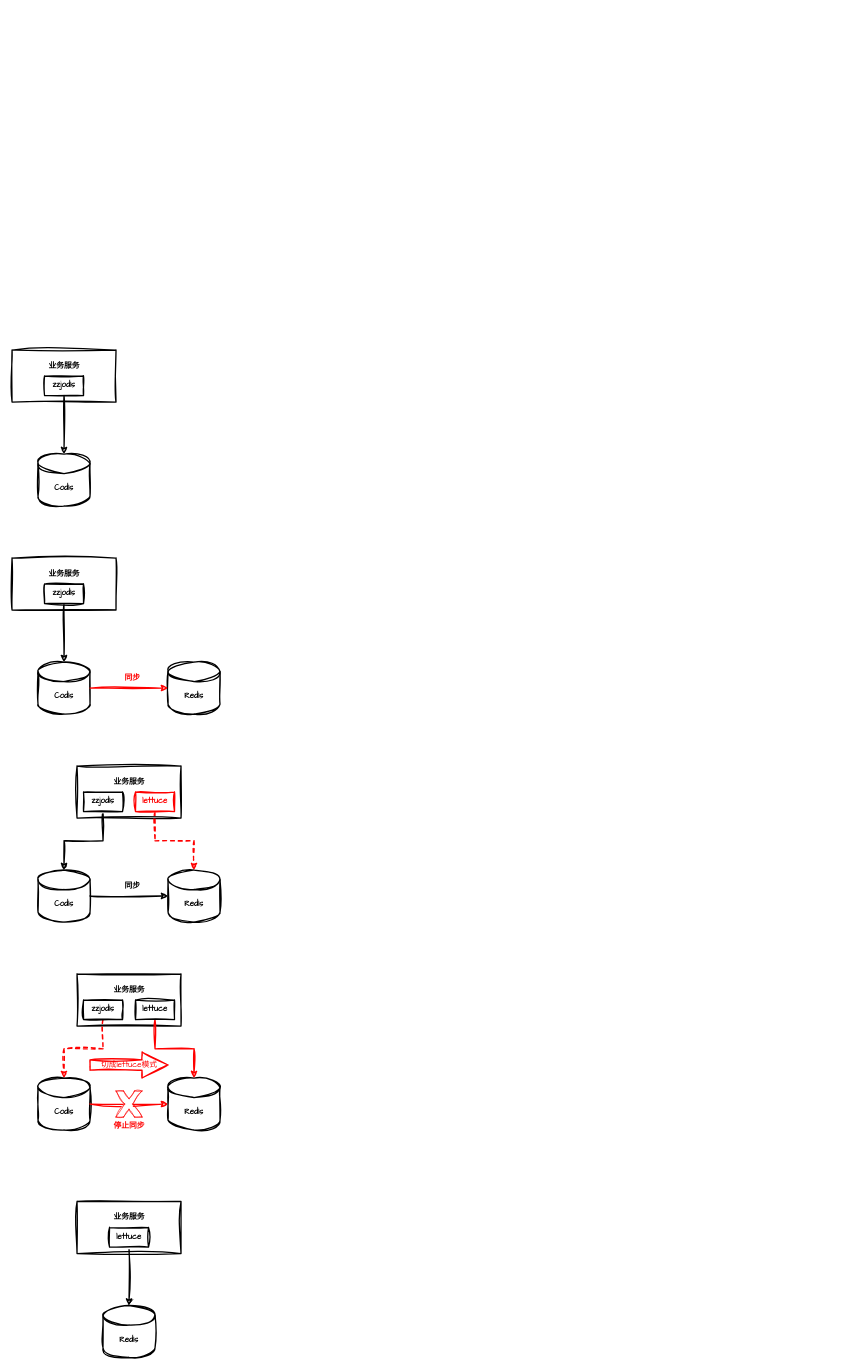
zhuanzhuan-tech/arch-draw-io keeps this draw.io diagram as tech/common/Codis.drawio. Above is the earlier version. Source tidied: cells renumbered, new cells numbered last; positions are measured from the earlier drawing's top-left corner, leaving out a move shared by most shapes. Both pictures are drawn from the tidied source at 65%, with x=0, y=0 at pixel (12, 350).
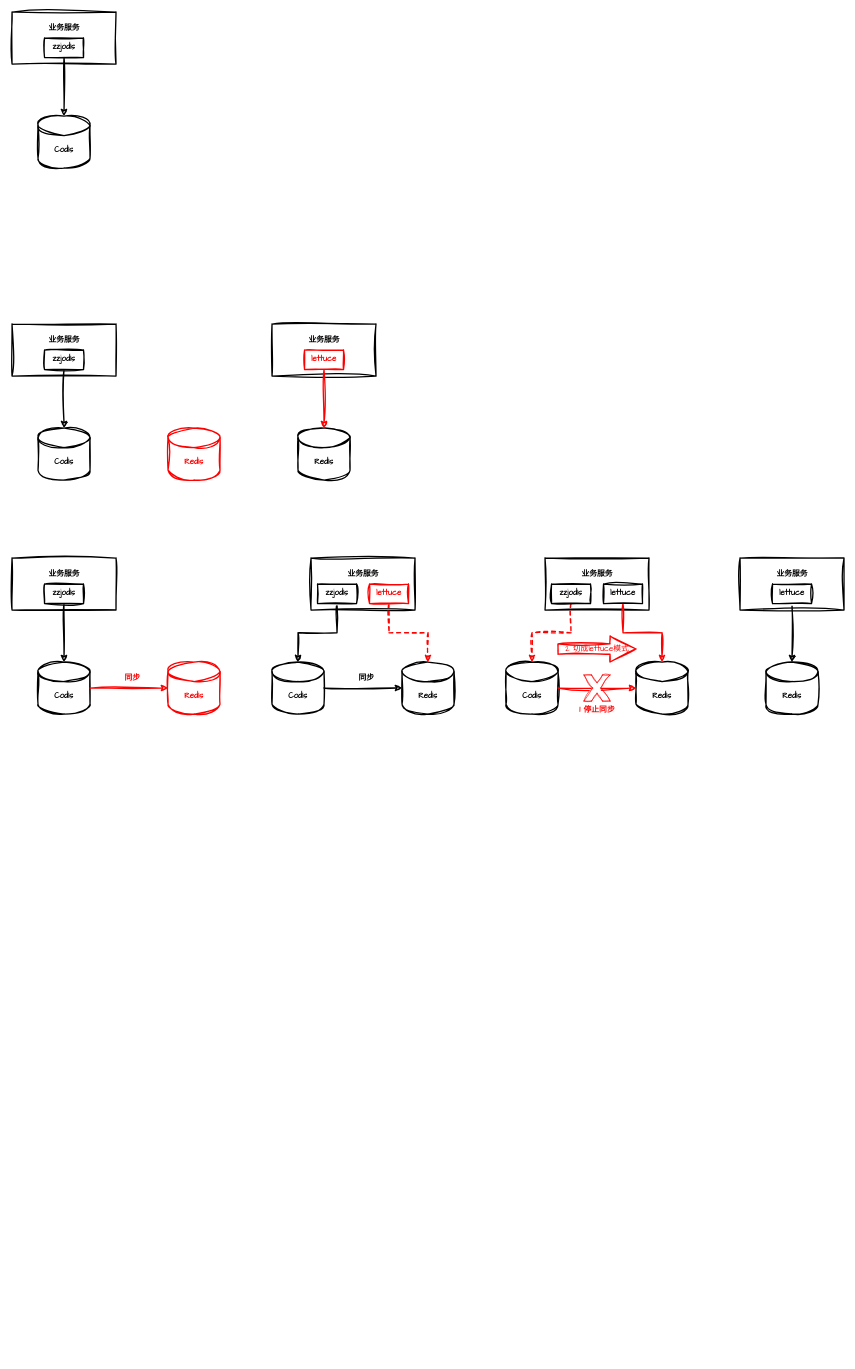
The same diagram, later.

Diff of the diagram source:
```diff
@@
     <mxCell id="2" style="rounded=0;whiteSpace=wrap;html=1;sketch=1;hachureGap=4;jiggle=2;curveFitting=1;fontFamily=Architects Daughter;strokeWidth=2;" parent="1" vertex="1">
-      <mxGeometry width="160" height="80" as="geometry" />
+      <mxGeometry y="-520" width="160" height="80" as="geometry" />
     </mxCell>
@@
     <mxCell id="4" value="&lt;b&gt;zzjodis&lt;/b&gt;" style="rounded=0;whiteSpace=wrap;html=1;sketch=1;hachureGap=4;jiggle=2;curveFitting=1;fontFamily=Architects Daughter;strokeWidth=2;" parent="1" vertex="1">
-      <mxGeometry x="50" y="40" width="60" height="30" as="geometry" />
+      <mxGeometry x="50" y="-480" width="60" height="30" as="geometry" />
     </mxCell>
     <mxCell id="5" value="&lt;b&gt;Codis&lt;/b&gt;" style="shape=cylinder3;whiteSpace=wrap;html=1;boundedLbl=1;backgroundOutline=1;size=15;sketch=1;hachureGap=4;jiggle=2;curveFitting=1;fontFamily=Architects Daughter;strokeWidth=2;" parent="1" vertex="1">
-      <mxGeometry x="40" y="160" width="80" height="80" as="geometry" />
+      <mxGeometry x="40" y="-360" width="80" height="80" as="geometry" />
     </mxCell>
     <mxCell id="6" value="&lt;b&gt;业务服务&lt;/b&gt;" style="text;html=1;align=center;verticalAlign=middle;strokeColor=none;fillColor=none;fontFamily=Architects Daughter;" parent="1" vertex="1">
-      <mxGeometry x="45" y="10" width="70" height="30" as="geometry" />
+      <mxGeometry x="45" y="-510" width="70" height="30" as="geometry" />
     </mxCell>
@@
-    <mxCell id="12" value="&lt;b&gt;Redis&lt;/b&gt;" style="shape=cylinder3;whiteSpace=wrap;html=1;boundedLbl=1;backgroundOutline=1;size=15;sketch=1;hachureGap=4;jiggle=2;curveFitting=1;fontFamily=Architects Daughter;strokeWidth=2;" parent="1" vertex="1">
+    <mxCell id="12" value="&lt;b&gt;&lt;font color=&quot;#ff0000&quot;&gt;Redis&lt;/font&gt;&lt;/b&gt;" style="shape=cylinder3;whiteSpace=wrap;html=1;boundedLbl=1;backgroundOutline=1;size=15;sketch=1;hachureGap=4;jiggle=2;curveFitting=1;fontFamily=Architects Daughter;strokeWidth=2;strokeColor=#FF0000;" parent="1" vertex="1">
       <mxGeometry x="240" y="480" width="80" height="80" as="geometry" />
     </mxCell>
@@
     <mxCell id="15" style="rounded=0;whiteSpace=wrap;html=1;sketch=1;hachureGap=4;jiggle=2;curveFitting=1;fontFamily=Architects Daughter;strokeWidth=2;" parent="1" vertex="1">
-      <mxGeometry x="100" y="640" width="160" height="80" as="geometry" />
+      <mxGeometry x="460" y="320" width="160" height="80" as="geometry" />
     </mxCell>
@@
     <mxCell id="17" value="&lt;b&gt;zzjodis&lt;/b&gt;" style="rounded=0;whiteSpace=wrap;html=1;sketch=1;hachureGap=4;jiggle=2;curveFitting=1;fontFamily=Architects Daughter;strokeWidth=2;" parent="1" vertex="1">
-      <mxGeometry x="110" y="680" width="60" height="30" as="geometry" />
+      <mxGeometry x="470" y="360" width="60" height="30" as="geometry" />
     </mxCell>
     <mxCell id="18" value="&lt;b&gt;Codis&lt;/b&gt;" style="shape=cylinder3;whiteSpace=wrap;html=1;boundedLbl=1;backgroundOutline=1;size=15;sketch=1;hachureGap=4;jiggle=2;curveFitting=1;fontFamily=Architects Daughter;strokeWidth=2;" parent="1" vertex="1">
-      <mxGeometry x="40" y="800" width="80" height="80" as="geometry" />
+      <mxGeometry x="400" y="480" width="80" height="80" as="geometry" />
     </mxCell>
     <mxCell id="19" value="&lt;b&gt;业务服务&lt;/b&gt;" style="text;html=1;align=center;verticalAlign=middle;strokeColor=none;fillColor=none;fontFamily=Architects Daughter;" parent="1" vertex="1">
-      <mxGeometry x="145" y="650" width="70" height="30" as="geometry" />
+      <mxGeometry x="505" y="330" width="70" height="30" as="geometry" />
     </mxCell>
     <mxCell id="20" value="&lt;b&gt;Redis&lt;/b&gt;" style="shape=cylinder3;whiteSpace=wrap;html=1;boundedLbl=1;backgroundOutline=1;size=15;sketch=1;hachureGap=4;jiggle=2;curveFitting=1;fontFamily=Architects Daughter;strokeWidth=2;" parent="1" vertex="1">
-      <mxGeometry x="240" y="800" width="80" height="80" as="geometry" />
+      <mxGeometry x="600" y="480" width="80" height="80" as="geometry" />
     </mxCell>
@@
     <mxCell id="22" value="&lt;b&gt;同步&lt;/b&gt;" style="text;html=1;align=center;verticalAlign=middle;strokeColor=none;fillColor=none;fontFamily=Architects Daughter;" parent="1" vertex="1">
-      <mxGeometry x="160" y="810" width="50" height="30" as="geometry" />
+      <mxGeometry x="520" y="490" width="50" height="30" as="geometry" />
     </mxCell>
@@
     <mxCell id="24" value="&lt;b&gt;&lt;font color=&quot;#ff0000&quot;&gt;lettuce&lt;/font&gt;&lt;/b&gt;" style="rounded=0;whiteSpace=wrap;html=1;sketch=1;hachureGap=4;jiggle=2;curveFitting=1;fontFamily=Architects Daughter;strokeWidth=2;strokeColor=#FF0000;" parent="1" vertex="1">
-      <mxGeometry x="190" y="680" width="60" height="30" as="geometry" />
+      <mxGeometry x="550" y="360" width="60" height="30" as="geometry" />
     </mxCell>
     <mxCell id="25" style="rounded=0;whiteSpace=wrap;html=1;sketch=1;hachureGap=4;jiggle=2;curveFitting=1;fontFamily=Architects Daughter;strokeWidth=2;" parent="1" vertex="1">
-      <mxGeometry x="100" y="960" width="160" height="80" as="geometry" />
+      <mxGeometry x="820" y="320" width="160" height="80" as="geometry" />
     </mxCell>
@@
     <mxCell id="27" value="&lt;b&gt;zzjodis&lt;/b&gt;" style="rounded=0;whiteSpace=wrap;html=1;sketch=1;hachureGap=4;jiggle=2;curveFitting=1;fontFamily=Architects Daughter;strokeWidth=2;" parent="1" vertex="1">
-      <mxGeometry x="110" y="1000" width="60" height="30" as="geometry" />
+      <mxGeometry x="830" y="360" width="60" height="30" as="geometry" />
     </mxCell>
     <mxCell id="28" value="&lt;b&gt;Codis&lt;/b&gt;" style="shape=cylinder3;whiteSpace=wrap;html=1;boundedLbl=1;backgroundOutline=1;size=15;sketch=1;hachureGap=4;jiggle=2;curveFitting=1;fontFamily=Architects Daughter;strokeWidth=2;" parent="1" vertex="1">
-      <mxGeometry x="40" y="1120" width="80" height="80" as="geometry" />
+      <mxGeometry x="760" y="480" width="80" height="80" as="geometry" />
     </mxCell>
     <mxCell id="29" value="&lt;b&gt;业务服务&lt;/b&gt;" style="text;html=1;align=center;verticalAlign=middle;strokeColor=none;fillColor=none;fontFamily=Architects Daughter;" parent="1" vertex="1">
-      <mxGeometry x="145" y="970" width="70" height="30" as="geometry" />
+      <mxGeometry x="865" y="330" width="70" height="30" as="geometry" />
     </mxCell>
     <mxCell id="30" value="&lt;b&gt;Redis&lt;/b&gt;" style="shape=cylinder3;whiteSpace=wrap;html=1;boundedLbl=1;backgroundOutline=1;size=15;sketch=1;hachureGap=4;jiggle=2;curveFitting=1;fontFamily=Architects Daughter;strokeWidth=2;" parent="1" vertex="1">
-      <mxGeometry x="240" y="1120" width="80" height="80" as="geometry" />
+      <mxGeometry x="960" y="480" width="80" height="80" as="geometry" />
     </mxCell>
@@
-    <mxCell id="32" value="&lt;b&gt;&lt;font color=&quot;#ff0000&quot;&gt;停止同步&lt;/font&gt;&lt;/b&gt;" style="text;html=1;align=center;verticalAlign=middle;strokeColor=none;fillColor=none;fontFamily=Architects Daughter;" parent="1" vertex="1">
-      <mxGeometry x="145" y="1180" width="70" height="30" as="geometry" />
+    <mxCell id="32" value="&lt;b&gt;&lt;font color=&quot;#ff0000&quot;&gt;1 停止同步&lt;/font&gt;&lt;/b&gt;" style="text;html=1;align=center;verticalAlign=middle;strokeColor=none;fillColor=none;fontFamily=Architects Daughter;" parent="1" vertex="1">
+      <mxGeometry x="860" y="540" width="80" height="30" as="geometry" />
     </mxCell>
@@
     <mxCell id="34" value="&lt;b&gt;lettuce&lt;/b&gt;" style="rounded=0;whiteSpace=wrap;html=1;sketch=1;hachureGap=4;jiggle=2;curveFitting=1;fontFamily=Architects Daughter;strokeWidth=2;strokeColor=#000000;" parent="1" vertex="1">
-      <mxGeometry x="190" y="1000" width="60" height="30" as="geometry" />
+      <mxGeometry x="910" y="360" width="60" height="30" as="geometry" />
     </mxCell>
     <mxCell id="35" style="verticalLabelPosition=bottom;verticalAlign=top;html=1;shape=mxgraph.basic.x;sketch=1;hachureGap=4;jiggle=2;curveFitting=1;fontFamily=Architects Daughter;strokeColor=#FF0000;" parent="1" vertex="1">
-      <mxGeometry x="160" y="1140" width="40" height="40" as="geometry" />
+      <mxGeometry x="880" y="500" width="40" height="40" as="geometry" />
     </mxCell>
-    <mxCell id="36" value="&lt;font color=&quot;#ff0000&quot;&gt;切成lettuce模式&lt;/font&gt;" style="html=1;shadow=0;dashed=0;align=center;verticalAlign=middle;shape=mxgraph.arrows2.arrow;dy=0.6;dx=40;notch=0;sketch=1;hachureGap=4;jiggle=2;curveFitting=1;fontFamily=Architects Daughter;strokeWidth=2;strokeColor=#FF0000;" parent="1" vertex="1">
-      <mxGeometry x="120" y="1080" width="120" height="40" as="geometry" />
+    <mxCell id="36" value="&lt;font color=&quot;#ff0000&quot;&gt;2 切成lettuce模式&lt;/font&gt;" style="html=1;shadow=0;dashed=0;align=center;verticalAlign=middle;shape=mxgraph.arrows2.arrow;dy=0.6;dx=40;notch=0;sketch=1;hachureGap=4;jiggle=2;curveFitting=1;fontFamily=Architects Daughter;strokeWidth=2;strokeColor=#FF0000;" parent="1" vertex="1">
+      <mxGeometry x="840" y="440" width="120" height="40" as="geometry" />
     </mxCell>
     <mxCell id="37" style="rounded=0;whiteSpace=wrap;html=1;sketch=1;hachureGap=4;jiggle=2;curveFitting=1;fontFamily=Architects Daughter;strokeWidth=2;" parent="1" vertex="1">
-      <mxGeometry x="100" y="1310" width="160" height="80" as="geometry" />
+      <mxGeometry x="1120" y="320" width="160" height="80" as="geometry" />
     </mxCell>
     <mxCell id="38" value="&lt;b&gt;业务服务&lt;/b&gt;" style="text;html=1;align=center;verticalAlign=middle;strokeColor=none;fillColor=none;fontFamily=Architects Daughter;" parent="1" vertex="1">
-      <mxGeometry x="145" y="1320" width="70" height="30" as="geometry" />
+      <mxGeometry x="1165" y="330" width="70" height="30" as="geometry" />
     </mxCell>
     <mxCell id="39" value="&lt;b&gt;Redis&lt;/b&gt;" style="shape=cylinder3;whiteSpace=wrap;html=1;boundedLbl=1;backgroundOutline=1;size=15;sketch=1;hachureGap=4;jiggle=2;curveFitting=1;fontFamily=Architects Daughter;strokeWidth=2;" parent="1" vertex="1">
-      <mxGeometry x="140" y="1470" width="80" height="80" as="geometry" />
+      <mxGeometry x="1160" y="480" width="80" height="80" as="geometry" />
     </mxCell>
@@
     <mxCell id="41" value="&lt;b&gt;lettuce&lt;/b&gt;" style="rounded=0;whiteSpace=wrap;html=1;sketch=1;hachureGap=4;jiggle=2;curveFitting=1;fontFamily=Architects Daughter;strokeWidth=2;strokeColor=#000000;" parent="1" vertex="1">
-      <mxGeometry x="150" y="1350" width="60" height="30" as="geometry" />
+      <mxGeometry x="1170" y="360" width="60" height="30" as="geometry" />
     </mxCell>
+    <mxCell id="42" style="rounded=0;whiteSpace=wrap;html=1;sketch=1;hachureGap=4;jiggle=2;curveFitting=1;fontFamily=Architects Daughter;strokeWidth=2;" parent="1" vertex="1">
+      <mxGeometry y="-40" width="160" height="80" as="geometry" />
+    </mxCell>
+    <mxCell id="43" style="edgeStyle=orthogonalEdgeStyle;rounded=0;sketch=1;hachureGap=4;jiggle=2;curveFitting=1;jettySize=auto;html=1;exitX=0.5;exitY=1;exitDx=0;exitDy=0;fontFamily=Architects Daughter;strokeWidth=2;" parent="1" edge="1" source="44" target="45">
+      <mxGeometry relative="1" as="geometry" />
+    </mxCell>
+    <mxCell id="44" value="&lt;b&gt;zzjodis&lt;/b&gt;" style="rounded=0;whiteSpace=wrap;html=1;sketch=1;hachureGap=4;jiggle=2;curveFitting=1;fontFamily=Architects Daughter;strokeWidth=2;" parent="1" vertex="1">
+      <mxGeometry x="50" width="60" height="30" as="geometry" />
+    </mxCell>
+    <mxCell id="45" value="&lt;b&gt;Codis&lt;/b&gt;" style="shape=cylinder3;whiteSpace=wrap;html=1;boundedLbl=1;backgroundOutline=1;size=15;sketch=1;hachureGap=4;jiggle=2;curveFitting=1;fontFamily=Architects Daughter;strokeWidth=2;" parent="1" vertex="1">
+      <mxGeometry x="40" y="120" width="80" height="80" as="geometry" />
+    </mxCell>
+    <mxCell id="46" value="&lt;b&gt;业务服务&lt;/b&gt;" style="text;html=1;align=center;verticalAlign=middle;strokeColor=none;fillColor=none;fontFamily=Architects Daughter;" parent="1" vertex="1">
+      <mxGeometry x="45" y="-30" width="70" height="30" as="geometry" />
+    </mxCell>
+    <mxCell id="47" value="&lt;b&gt;&lt;font color=&quot;#ff0000&quot;&gt;Redis&lt;/font&gt;&lt;/b&gt;" style="shape=cylinder3;whiteSpace=wrap;html=1;boundedLbl=1;backgroundOutline=1;size=15;sketch=1;hachureGap=4;jiggle=2;curveFitting=1;fontFamily=Architects Daughter;strokeWidth=2;strokeColor=#FF0000;" parent="1" vertex="1">
+      <mxGeometry x="240" y="120" width="80" height="80" as="geometry" />
+    </mxCell>
+    <mxCell id="48" style="rounded=0;whiteSpace=wrap;html=1;sketch=1;hachureGap=4;jiggle=2;curveFitting=1;fontFamily=Architects Daughter;strokeWidth=2;" parent="1" vertex="1">
+      <mxGeometry x="400" y="-40" width="160" height="80" as="geometry" />
+    </mxCell>
+    <mxCell id="49" value="&lt;b&gt;业务服务&lt;/b&gt;" style="text;html=1;align=center;verticalAlign=middle;strokeColor=none;fillColor=none;fontFamily=Architects Daughter;" parent="1" vertex="1">
+      <mxGeometry x="445" y="-30" width="70" height="30" as="geometry" />
+    </mxCell>
+    <mxCell id="50" value="&lt;b&gt;Redis&lt;/b&gt;" style="shape=cylinder3;whiteSpace=wrap;html=1;boundedLbl=1;backgroundOutline=1;size=15;sketch=1;hachureGap=4;jiggle=2;curveFitting=1;fontFamily=Architects Daughter;strokeWidth=2;" parent="1" vertex="1">
+      <mxGeometry x="440" y="120" width="80" height="80" as="geometry" />
+    </mxCell>
+    <mxCell id="51" style="edgeStyle=orthogonalEdgeStyle;rounded=0;sketch=1;hachureGap=4;jiggle=2;curveFitting=1;jettySize=auto;html=1;exitX=0.5;exitY=1;exitDx=0;exitDy=0;fontFamily=Architects Daughter;strokeWidth=2;strokeColor=#FF0000;" parent="1" edge="1" source="52" target="50">
+      <mxGeometry relative="1" as="geometry" />
+    </mxCell>
+    <mxCell id="52" value="&lt;b&gt;&lt;font color=&quot;#ff0000&quot;&gt;lettuce&lt;/font&gt;&lt;/b&gt;" style="rounded=0;whiteSpace=wrap;html=1;sketch=1;hachureGap=4;jiggle=2;curveFitting=1;fontFamily=Architects Daughter;strokeWidth=2;strokeColor=#FF0000;" parent="1" vertex="1">
+      <mxGeometry x="450" width="60" height="30" as="geometry" />
+    </mxCell>
```
